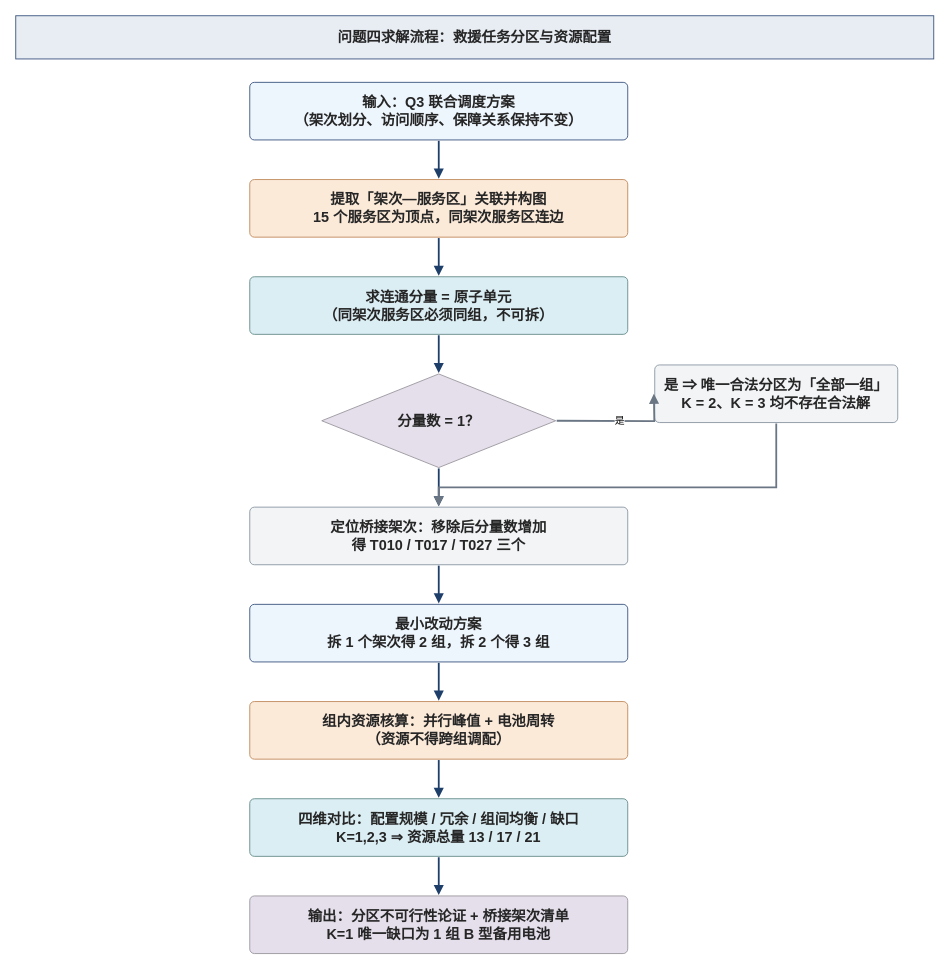
Before: otheragent/diagrams/f04_flow.drawio in starfruitsz/MathAgent, a draw.io diagram. Source tidied: cells renumbered, new cells numbered last; positions are measured from the earlier drawing's top-left corner, leaving out a move shared by most shapes. Both pictures are drawn from the tidied source at 90%, with x=0, y=0 at pixel (15, 15).
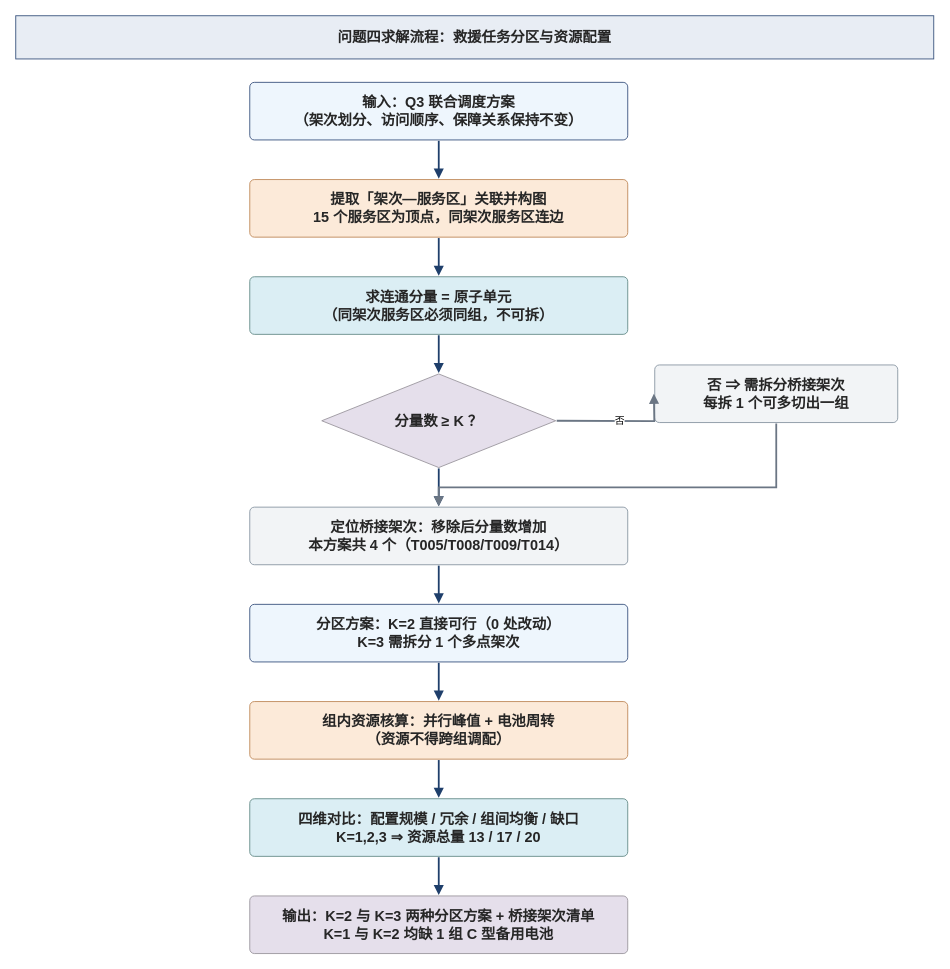
After the change.

Diff of the diagram source:
```diff
@@
-    <mxCell id="8" value="分量数 = 1？" style="rhombus;whiteSpace=wrap;html=1;fillColor=#e5dfeb;strokeColor=#9b979f;strokeWidth=1;fontSize=16;fontStyle=1;fontColor=#262626;fontFamily=Microsoft YaHei,PingFang SC,Helvetica;align=center;verticalAlign=middle;" parent="1" vertex="1">
+    <mxCell id="8" value="分量数 ≥ K ？" style="rhombus;whiteSpace=wrap;html=1;fillColor=#e5dfeb;strokeColor=#9b979f;strokeWidth=1;fontSize=16;fontStyle=1;fontColor=#262626;fontFamily=Microsoft YaHei,PingFang SC,Helvetica;align=center;verticalAlign=middle;" parent="1" vertex="1">
       <mxGeometry x="340" y="398" width="260" height="104" as="geometry" />
     </mxCell>
@@
-    <mxCell id="10" value="是 ⇒ 唯一合法分区为「全部一组」&lt;br&gt;K = 2、K = 3 均不存在合法解" style="rounded=1;arcSize=8;whiteSpace=wrap;html=1;fillColor=#f2f4f6;strokeColor=#8a97a3;strokeWidth=1;fontSize=16;fontStyle=1;fontColor=#262626;fontFamily=Microsoft YaHei,PingFang SC,Helvetica;align=center;verticalAlign=middle;" parent="1" vertex="1">
+    <mxCell id="10" value="否 ⇒ 需拆分桥接架次&lt;br&gt;每拆 1 个可多切出一组" style="rounded=1;arcSize=8;whiteSpace=wrap;html=1;fillColor=#f2f4f6;strokeColor=#8a97a3;strokeWidth=1;fontSize=16;fontStyle=1;fontColor=#262626;fontFamily=Microsoft YaHei,PingFang SC,Helvetica;align=center;verticalAlign=middle;" parent="1" vertex="1">
       <mxGeometry x="710" y="388" width="270" height="64" as="geometry" />
     </mxCell>
-    <mxCell id="11" value="是" style="edgeStyle=orthogonalEdgeStyle;rounded=0;html=1;endArrow=block;endFill=1;endSize=6;strokeColor=#6b7684;strokeWidth=2;" parent="1" edge="1">
+    <mxCell id="11" value="否" style="edgeStyle=orthogonalEdgeStyle;rounded=0;html=1;endArrow=block;endFill=1;endSize=6;strokeColor=#6b7684;strokeWidth=2;" parent="1" edge="1">
       <mxGeometry relative="1" as="geometry">
         <mxPoint x="601" y="450" as="sourcePoint" />
         <mxPoint x="709" y="420" as="targetPoint" />
       </mxGeometry>
     </mxCell>
-    <mxCell id="12" value="定位桥接架次：移除后分量数增加&lt;br&gt;得 T010 / T017 / T027 三个" style="rounded=1;arcSize=8;whiteSpace=wrap;html=1;fillColor=#f2f4f6;strokeColor=#8a97a3;strokeWidth=1;fontSize=16;fontStyle=1;fontColor=#262626;fontFamily=Microsoft YaHei,PingFang SC,Helvetica;align=center;verticalAlign=middle;" parent="1" vertex="1">
+    <mxCell id="12" value="定位桥接架次：移除后分量数增加&lt;br&gt;本方案共 4 个（T005/T008/T009/T014）" style="rounded=1;arcSize=8;whiteSpace=wrap;html=1;fillColor=#f2f4f6;strokeColor=#8a97a3;strokeWidth=1;fontSize=16;fontStyle=1;fontColor=#262626;fontFamily=Microsoft YaHei,PingFang SC,Helvetica;align=center;verticalAlign=middle;" parent="1" vertex="1">
       <mxGeometry x="260" y="546" width="420" height="64" as="geometry" />
     </mxCell>
@@
-    <mxCell id="15" value="最小改动方案&lt;br&gt;拆 1 个架次得 2 组，拆 2 个得 3 组" style="rounded=1;arcSize=8;whiteSpace=wrap;html=1;fillColor=#eef6fd;strokeColor=#3b547f;strokeWidth=1;fontSize=16;fontStyle=1;fontColor=#262626;fontFamily=Microsoft YaHei,PingFang SC,Helvetica;align=center;verticalAlign=middle;" parent="1" vertex="1">
+    <mxCell id="15" value="分区方案：K=2 直接可行（0 处改动）&lt;br&gt;K=3 需拆分 1 个多点架次" style="rounded=1;arcSize=8;whiteSpace=wrap;html=1;fillColor=#eef6fd;strokeColor=#3b547f;strokeWidth=1;fontSize=16;fontStyle=1;fontColor=#262626;fontFamily=Microsoft YaHei,PingFang SC,Helvetica;align=center;verticalAlign=middle;" parent="1" vertex="1">
       <mxGeometry x="260" y="654" width="420" height="64" as="geometry" />
     </mxCell>
@@
-    <mxCell id="19" value="四维对比：配置规模 / 冗余 / 组间均衡 / 缺口&lt;br&gt;K=1,2,3 ⇒ 资源总量 13 / 17 / 21" style="rounded=1;arcSize=8;whiteSpace=wrap;html=1;fillColor=#dbeef4;strokeColor=#668d89;strokeWidth=1;fontSize=16;fontStyle=1;fontColor=#262626;fontFamily=Microsoft YaHei,PingFang SC,Helvetica;align=center;verticalAlign=middle;" parent="1" vertex="1">
+    <mxCell id="19" value="四维对比：配置规模 / 冗余 / 组间均衡 / 缺口&lt;br&gt;K=1,2,3 ⇒ 资源总量 13 / 17 / 20" style="rounded=1;arcSize=8;whiteSpace=wrap;html=1;fillColor=#dbeef4;strokeColor=#668d89;strokeWidth=1;fontSize=16;fontStyle=1;fontColor=#262626;fontFamily=Microsoft YaHei,PingFang SC,Helvetica;align=center;verticalAlign=middle;" parent="1" vertex="1">
       <mxGeometry x="260" y="870" width="420" height="64" as="geometry" />
     </mxCell>
@@
-    <mxCell id="21" value="输出：分区不可行性论证 + 桥接架次清单&lt;br&gt;K=1 唯一缺口为 1 组 B 型备用电池" style="rounded=1;arcSize=8;whiteSpace=wrap;html=1;fillColor=#e5dfeb;strokeColor=#9b979f;strokeWidth=1;fontSize=16;fontStyle=1;fontColor=#262626;fontFamily=Microsoft YaHei,PingFang SC,Helvetica;align=center;verticalAlign=middle;" parent="1" vertex="1">
+    <mxCell id="21" value="输出：K=2 与 K=3 两种分区方案 + 桥接架次清单&lt;br&gt;K=1 与 K=2 均缺 1 组 C 型备用电池" style="rounded=1;arcSize=8;whiteSpace=wrap;html=1;fillColor=#e5dfeb;strokeColor=#9b979f;strokeWidth=1;fontSize=16;fontStyle=1;fontColor=#262626;fontFamily=Microsoft YaHei,PingFang SC,Helvetica;align=center;verticalAlign=middle;" parent="1" vertex="1">
       <mxGeometry x="260" y="978" width="420" height="64" as="geometry" />
     </mxCell>
```
